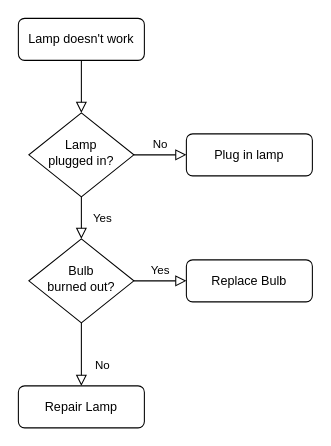
Before: sup-scikit-learn-flow1.drawio in unihitsuji/draw.io, a draw.io diagram. Source tidied: cells renumbered, new cells numbered last; positions are measured from the earlier drawing's top-left corner, leaving out a move shared by most shapes. Both pictures are drawn from the tidied source at 105%, with x=0, y=0 at pixel (18, 18).
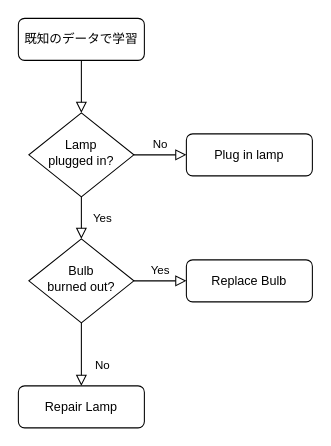
After the change.

Commit message (it also covers changes not shown here):
sup-scikit-learn-flow1.drawio を更新します

What changed in the source:
```diff
@@
 <mxGraphModel>
   <root>
     <mxCell id="0" />
     <mxCell id="1" parent="0" />
     <mxCell id="2" style="rounded=0;html=1;jettySize=auto;fontSize=11;endArrow=block;endFill=0;endSize=8;strokeWidth=1;shadow=0;labelBackgroundColor=none;edgeStyle=orthogonalEdgeStyle;" parent="1" edge="1" source="3" target="6">
       <mxGeometry relative="1" as="geometry" />
     </mxCell>
-    <mxCell id="3" value="Lamp doesn't work" style="rounded=1;whiteSpace=wrap;html=1;fontSize=12;glass=0;strokeWidth=1;shadow=0;" parent="1" vertex="1">
+    <mxCell id="3" value="既知のデータで学習" style="rounded=1;whiteSpace=wrap;html=1;fontSize=12;glass=0;strokeWidth=1;shadow=0;" parent="1" vertex="1">
       <mxGeometry width="120" height="40" as="geometry" />
     </mxCell>
     <mxCell id="4" value="Yes" style="rounded=0;html=1;jettySize=auto;fontSize=11;endArrow=block;endFill=0;endSize=8;strokeWidth=1;shadow=0;labelBackgroundColor=none;edgeStyle=orthogonalEdgeStyle;" parent="1" edge="1" source="6" target="10">
       <mxGeometry y="20" relative="1" as="geometry" />
     </mxCell>
     <mxCell id="5" value="No" style="edgeStyle=orthogonalEdgeStyle;rounded=0;html=1;jettySize=auto;fontSize=11;endArrow=block;endFill=0;endSize=8;strokeWidth=1;shadow=0;labelBackgroundColor=none;" parent="1" edge="1" source="6" target="7">
       <mxGeometry y="10" relative="1" as="geometry" />
     </mxCell>
     <mxCell id="6" value="Lamp&lt;br&gt;plugged in?" style="rhombus;whiteSpace=wrap;html=1;shadow=0;fontFamily=Helvetica;fontSize=12;align=center;strokeWidth=1;spacing=6;spacingTop=-4;" parent="1" vertex="1">
       <mxGeometry x="10" y="90" width="100" height="80" as="geometry" />
     </mxCell>
     <mxCell id="7" value="Plug in lamp" style="rounded=1;whiteSpace=wrap;html=1;fontSize=12;glass=0;strokeWidth=1;shadow=0;" parent="1" vertex="1">
       <mxGeometry x="160" y="110" width="120" height="40" as="geometry" />
     </mxCell>
     <mxCell id="8" value="No" style="rounded=0;html=1;jettySize=auto;fontSize=11;endArrow=block;endFill=0;endSize=8;strokeWidth=1;shadow=0;labelBackgroundColor=none;edgeStyle=orthogonalEdgeStyle;" parent="1" edge="1" source="10" target="11">
       <mxGeometry x="0.33" y="20" relative="1" as="geometry" />
     </mxCell>
     <mxCell id="9" value="Yes" style="edgeStyle=orthogonalEdgeStyle;rounded=0;html=1;jettySize=auto;fontSize=11;endArrow=block;endFill=0;endSize=8;strokeWidth=1;shadow=0;labelBackgroundColor=none;" parent="1" edge="1" source="10" target="12">
       <mxGeometry y="10" relative="1" as="geometry" />
     </mxCell>
     <mxCell id="10" value="Bulb&lt;br&gt;burned out?" style="rhombus;whiteSpace=wrap;html=1;shadow=0;fontFamily=Helvetica;fontSize=12;align=center;strokeWidth=1;spacing=6;spacingTop=-4;" parent="1" vertex="1">
       <mxGeometry x="10" y="210" width="100" height="80" as="geometry" />
     </mxCell>
     <mxCell id="11" value="Repair Lamp" style="rounded=1;whiteSpace=wrap;html=1;fontSize=12;glass=0;strokeWidth=1;shadow=0;" parent="1" vertex="1">
       <mxGeometry y="350" width="120" height="40" as="geometry" />
     </mxCell>
     <mxCell id="12" value="Replace Bulb" style="rounded=1;whiteSpace=wrap;html=1;fontSize=12;glass=0;strokeWidth=1;shadow=0;" parent="1" vertex="1">
       <mxGeometry x="160" y="230" width="120" height="40" as="geometry" />
     </mxCell>
   </root>
 </mxGraphModel>
```
